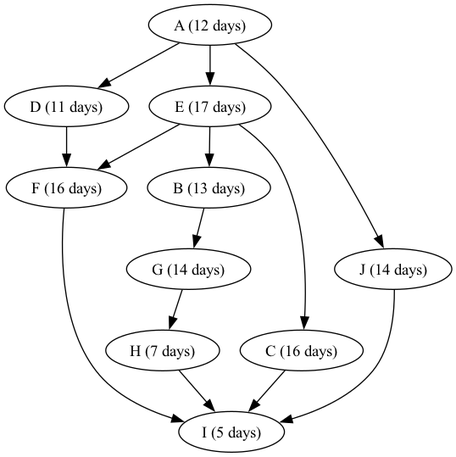
Above: public/charts/test_diagram.png in Akouzeha/PertFinder (Graphviz), before the change. Its source is kept beside it as public/charts/test_diagram.dot. The source it was exported from:
```dot
digraph PERT {
  64 [label="A (12 days)"]
  65 [label="B (13 days)"]
  66 [label="C (16 days)"]
  67 [label="D (11 days)"]
  68 [label="E (17 days)"]
  69 [label="F (16 days)"]
  70 [label="G (14 days)"]
  71 [label="H (7 days)"]
  72 [label="I (5 days)"]
  73 [label="J (14 days)"]
  68 -> 65
  68 -> 66
  64 -> 67
  64 -> 68
  67 -> 69
  68 -> 69
  65 -> 70
  70 -> 71
  64 -> 73
  73 -> 72
  66 -> 72
  71 -> 72
  69 -> 72
}
```
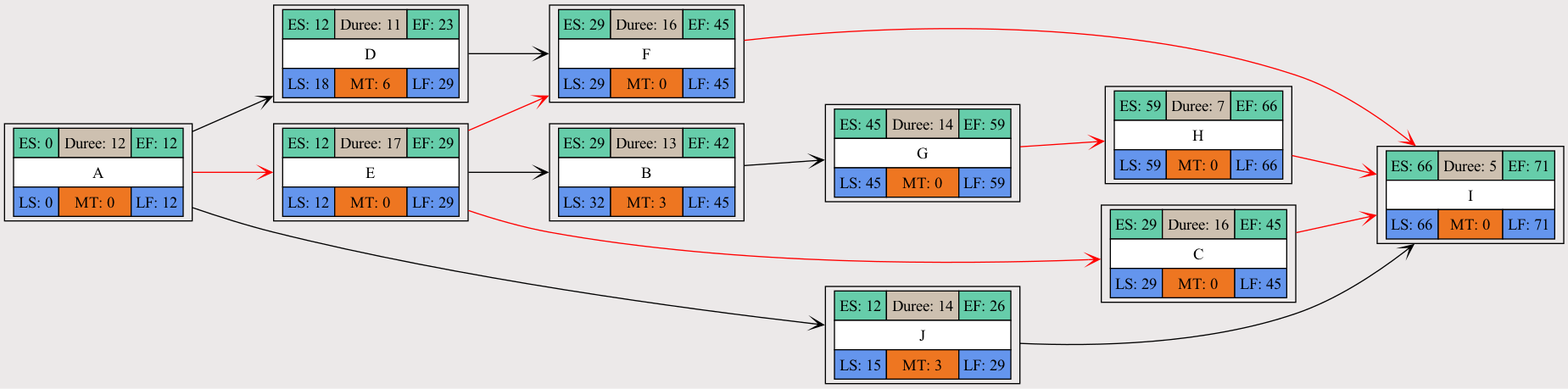
Later version of the same file.

The edit, as a diff of the source:
```diff
@@ -1,25 +1,80 @@
 digraph PERT {
-  64 [label="A (12 days)"]
-  65 [label="B (13 days)"]
-  66 [label="C (16 days)"]
-  67 [label="D (11 days)"]
-  68 [label="E (17 days)"]
-  69 [label="F (16 days)"]
-  70 [label="G (14 days)"]
-  71 [label="H (7 days)"]
-  72 [label="I (5 days)"]
-  73 [label="J (14 days)"]
+  rankdir=LR;
+  ranksep=1;
+  node [shape=record];
+  edge [arrowhead=vee];
+  bgcolor="#ECE9E9";
+  64 [label=<<TABLE BORDER='0' CELLBORDER='1' CELLSPACING='0' CELLPADDING='4'>
+        <TR><TD BGCOLOR= 'aquamarine3'>ES: 0</TD><TD BGCOLOR= 'antiquewhite3'>Duree: 12</TD><TD BGCOLOR= 'aquamarine3'>EF: 12</TD></TR>
+        <TR><TD BGCOLOR= 'white' COLSPAN='3'>A</TD></TR>
+        <TR><TD BGCOLOR= 'cornflowerblue'>LS: 0</TD><TD BGCOLOR= 'chocolate2'>MT: 0</TD><TD BGCOLOR= 'cornflowerblue'>LF: 12</TD></TR>
+
+        </TABLE>>]
+  65 [label=<<TABLE BORDER='0' CELLBORDER='1' CELLSPACING='0' CELLPADDING='4'>
+        <TR><TD BGCOLOR= 'aquamarine3'>ES: 29</TD><TD BGCOLOR= 'antiquewhite3'>Duree: 13</TD><TD BGCOLOR= 'aquamarine3'>EF: 42</TD></TR>
+        <TR><TD BGCOLOR= 'white' COLSPAN='3'>B</TD></TR>
+        <TR><TD BGCOLOR= 'cornflowerblue'>LS: 32</TD><TD BGCOLOR= 'chocolate2'>MT: 3</TD><TD BGCOLOR= 'cornflowerblue'>LF: 45</TD></TR>
+
+        </TABLE>>]
+  66 [label=<<TABLE BORDER='0' CELLBORDER='1' CELLSPACING='0' CELLPADDING='4'>
+        <TR><TD BGCOLOR= 'aquamarine3'>ES: 29</TD><TD BGCOLOR= 'antiquewhite3'>Duree: 16</TD><TD BGCOLOR= 'aquamarine3'>EF: 45</TD></TR>
+        <TR><TD BGCOLOR= 'white' COLSPAN='3'>C</TD></TR>
+        <TR><TD BGCOLOR= 'cornflowerblue'>LS: 29</TD><TD BGCOLOR= 'chocolate2'>MT: 0</TD><TD BGCOLOR= 'cornflowerblue'>LF: 45</TD></TR>
+
+        </TABLE>>]
+  67 [label=<<TABLE BORDER='0' CELLBORDER='1' CELLSPACING='0' CELLPADDING='4'>
+        <TR><TD BGCOLOR= 'aquamarine3'>ES: 12</TD><TD BGCOLOR= 'antiquewhite3'>Duree: 11</TD><TD BGCOLOR= 'aquamarine3'>EF: 23</TD></TR>
+        <TR><TD BGCOLOR= 'white' COLSPAN='3'>D</TD></TR>
+        <TR><TD BGCOLOR= 'cornflowerblue'>LS: 18</TD><TD BGCOLOR= 'chocolate2'>MT: 6</TD><TD BGCOLOR= 'cornflowerblue'>LF: 29</TD></TR>
+
+        </TABLE>>]
+  68 [label=<<TABLE BORDER='0' CELLBORDER='1' CELLSPACING='0' CELLPADDING='4'>
+        <TR><TD BGCOLOR= 'aquamarine3'>ES: 12</TD><TD BGCOLOR= 'antiquewhite3'>Duree: 17</TD><TD BGCOLOR= 'aquamarine3'>EF: 29</TD></TR>
+        <TR><TD BGCOLOR= 'white' COLSPAN='3'>E</TD></TR>
+        <TR><TD BGCOLOR= 'cornflowerblue'>LS: 12</TD><TD BGCOLOR= 'chocolate2'>MT: 0</TD><TD BGCOLOR= 'cornflowerblue'>LF: 29</TD></TR>
+
+        </TABLE>>]
+  69 [label=<<TABLE BORDER='0' CELLBORDER='1' CELLSPACING='0' CELLPADDING='4'>
+        <TR><TD BGCOLOR= 'aquamarine3'>ES: 29</TD><TD BGCOLOR= 'antiquewhite3'>Duree: 16</TD><TD BGCOLOR= 'aquamarine3'>EF: 45</TD></TR>
+        <TR><TD BGCOLOR= 'white' COLSPAN='3'>F</TD></TR>
+        <TR><TD BGCOLOR= 'cornflowerblue'>LS: 29</TD><TD BGCOLOR= 'chocolate2'>MT: 0</TD><TD BGCOLOR= 'cornflowerblue'>LF: 45</TD></TR>
+
+        </TABLE>>]
+  70 [label=<<TABLE BORDER='0' CELLBORDER='1' CELLSPACING='0' CELLPADDING='4'>
+        <TR><TD BGCOLOR= 'aquamarine3'>ES: 45</TD><TD BGCOLOR= 'antiquewhite3'>Duree: 14</TD><TD BGCOLOR= 'aquamarine3'>EF: 59</TD></TR>
+        <TR><TD BGCOLOR= 'white' COLSPAN='3'>G</TD></TR>
+        <TR><TD BGCOLOR= 'cornflowerblue'>LS: 45</TD><TD BGCOLOR= 'chocolate2'>MT: 0</TD><TD BGCOLOR= 'cornflowerblue'>LF: 59</TD></TR>
+
+        </TABLE>>]
+  71 [label=<<TABLE BORDER='0' CELLBORDER='1' CELLSPACING='0' CELLPADDING='4'>
+        <TR><TD BGCOLOR= 'aquamarine3'>ES: 59</TD><TD BGCOLOR= 'antiquewhite3'>Duree: 7</TD><TD BGCOLOR= 'aquamarine3'>EF: 66</TD></TR>
+        <TR><TD BGCOLOR= 'white' COLSPAN='3'>H</TD></TR>
+        <TR><TD BGCOLOR= 'cornflowerblue'>LS: 59</TD><TD BGCOLOR= 'chocolate2'>MT: 0</TD><TD BGCOLOR= 'cornflowerblue'>LF: 66</TD></TR>
+
+        </TABLE>>]
+  72 [label=<<TABLE BORDER='0' CELLBORDER='1' CELLSPACING='0' CELLPADDING='4'>
+        <TR><TD BGCOLOR= 'aquamarine3'>ES: 66</TD><TD BGCOLOR= 'antiquewhite3'>Duree: 5</TD><TD BGCOLOR= 'aquamarine3'>EF: 71</TD></TR>
+        <TR><TD BGCOLOR= 'white' COLSPAN='3'>I</TD></TR>
+        <TR><TD BGCOLOR= 'cornflowerblue'>LS: 66</TD><TD BGCOLOR= 'chocolate2'>MT: 0</TD><TD BGCOLOR= 'cornflowerblue'>LF: 71</TD></TR>
+
+        </TABLE>>]
+  73 [label=<<TABLE BORDER='0' CELLBORDER='1' CELLSPACING='0' CELLPADDING='4'>
+        <TR><TD BGCOLOR= 'aquamarine3'>ES: 12</TD><TD BGCOLOR= 'antiquewhite3'>Duree: 14</TD><TD BGCOLOR= 'aquamarine3'>EF: 26</TD></TR>
+        <TR><TD BGCOLOR= 'white' COLSPAN='3'>J</TD></TR>
+        <TR><TD BGCOLOR= 'cornflowerblue'>LS: 15</TD><TD BGCOLOR= 'chocolate2'>MT: 3</TD><TD BGCOLOR= 'cornflowerblue'>LF: 29</TD></TR>
+
+        </TABLE>>]
   68 -> 65
-  68 -> 66
+  68 -> 66 [color=red]
   64 -> 67
-  64 -> 68
+  64 -> 68 [color=red]
   67 -> 69
-  68 -> 69
+  68 -> 69 [color=red]
   65 -> 70
-  70 -> 71
+  70 -> 71 [color=red]
+  73 -> 72
+  66 -> 72 [color=red]
+  71 -> 72 [color=red]
+  69 -> 72 [color=red]
   64 -> 73
-  73 -> 72
-  66 -> 72
-  71 -> 72
-  69 -> 72
 }
```
